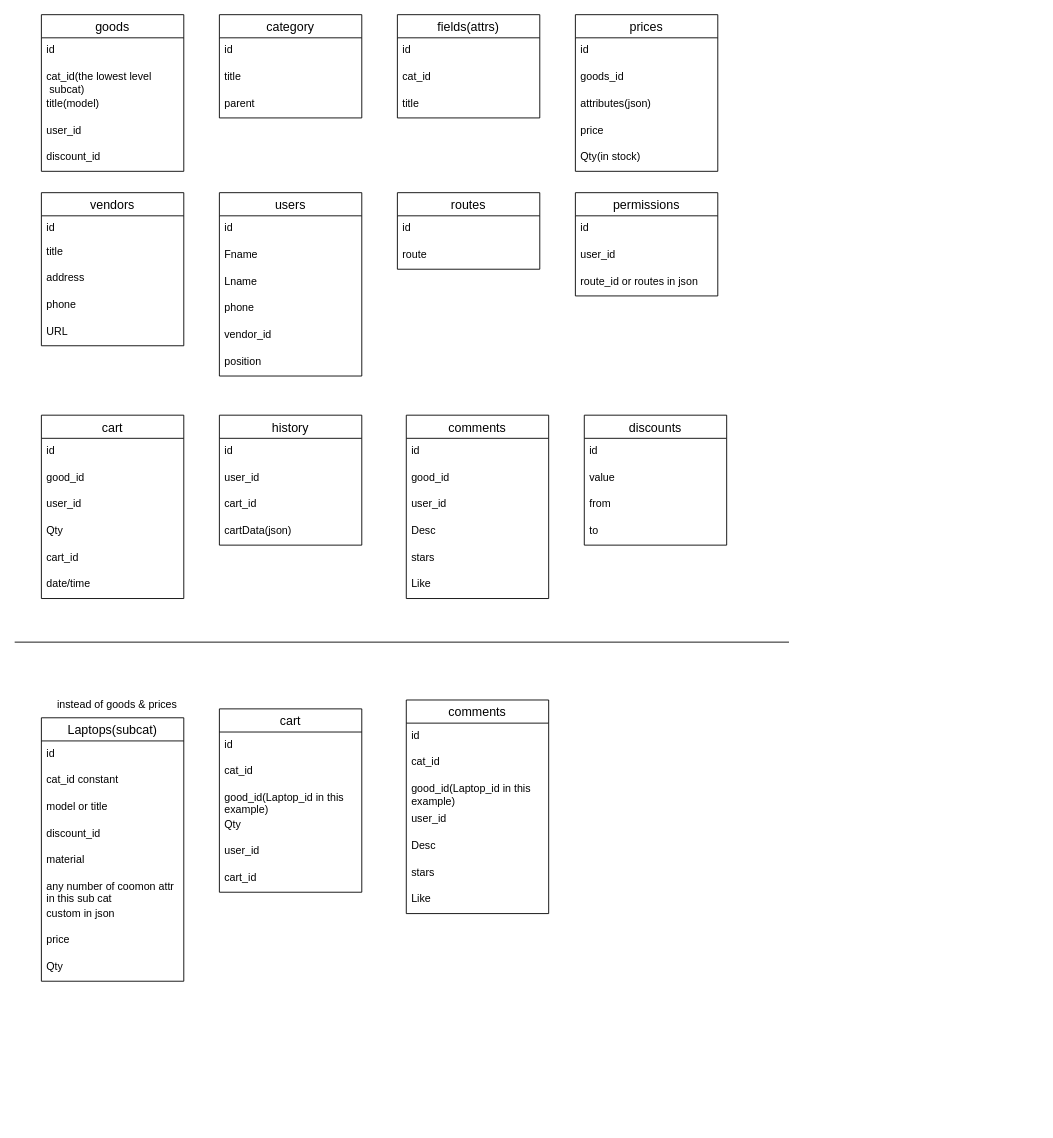
Earlier version of the draw.io diagram digikala.drawio (samiiEng/database). Source tidied: cells renumbered, new cells numbered last; positions are measured from the earlier drawing's top-left corner, leaving out a move shared by most shapes. Both pictures are drawn from the tidied source at 89%, with x=0, y=0 at pixel (14, 14).
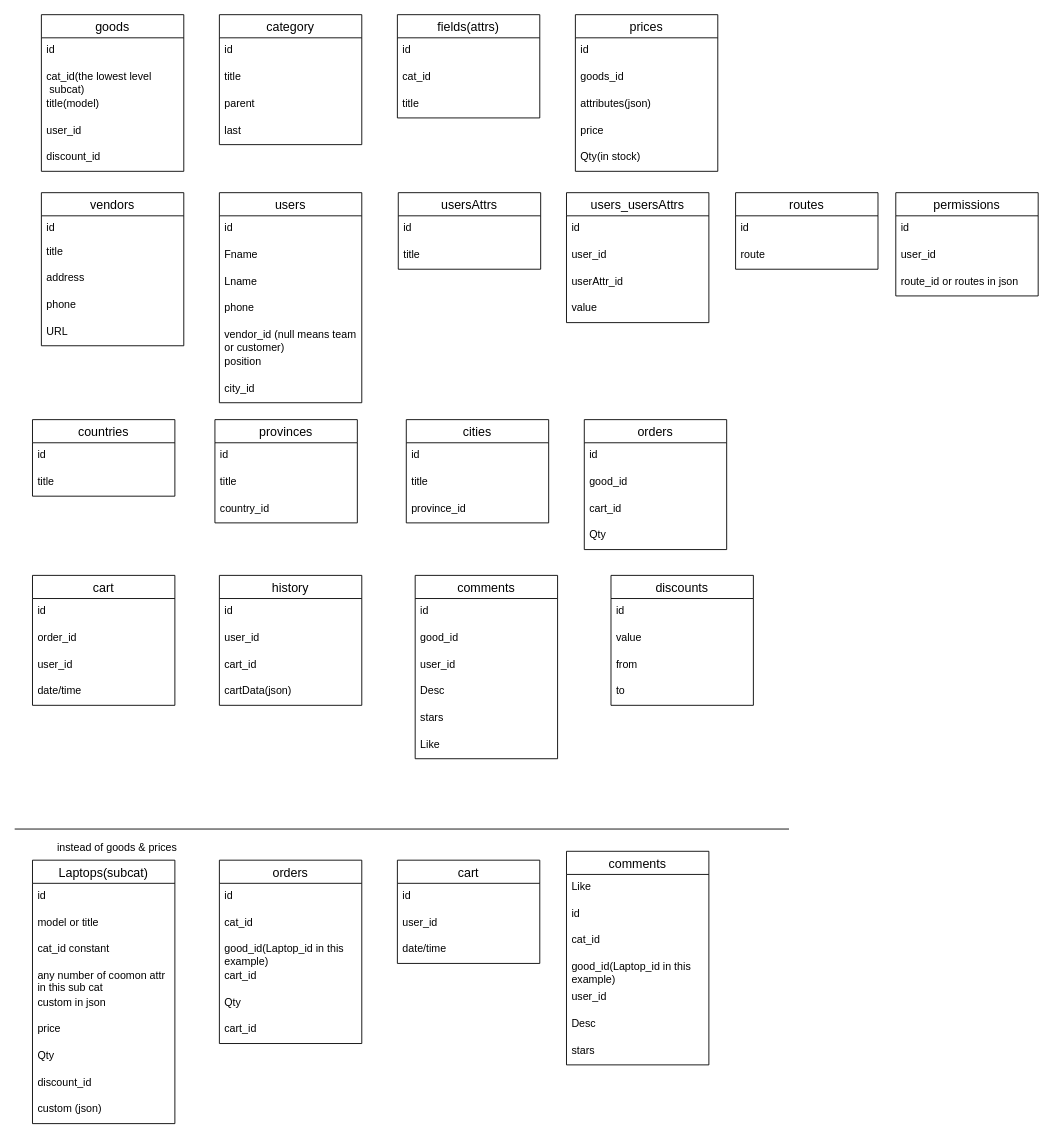
The same page after the edit.

Change to the diagram source:
```diff
@@
     <mxCell id="8" value="category" style="swimlane;fontStyle=0;horizontal=1;startSize=26;align=center;fontSize=14;" parent="1" vertex="1">
-      <mxGeometry x="230" width="160" height="116" as="geometry" />
+      <mxGeometry x="230" width="160" height="146" as="geometry" />
     </mxCell>
@@
+    <mxCell id="96" value="last" style="text;strokeColor=none;fillColor=none;spacingLeft=4;spacingRight=4;overflow=hidden;fontSize=12;" parent="8" vertex="1">
+      <mxGeometry y="116" width="160" height="30" as="geometry" />
+    </mxCell>
@@
     <mxCell id="28" value="users" style="swimlane;fontStyle=0;horizontal=1;startSize=26;align=center;fontSize=14;" parent="1" vertex="1">
-      <mxGeometry x="230" y="200" width="160" height="206" as="geometry" />
+      <mxGeometry x="230" y="200" width="160" height="236" as="geometry" />
     </mxCell>
@@
-    <mxCell id="33" value="vendor_id" style="text;strokeColor=none;fillColor=none;spacingLeft=4;spacingRight=4;overflow=hidden;fontSize=12;" parent="28" vertex="1">
+    <mxCell id="33" value="vendor_id (null means team&#10;or customer)" style="text;strokeColor=none;fillColor=none;spacingLeft=4;spacingRight=4;overflow=hidden;fontSize=12;" parent="28" vertex="1">
       <mxGeometry y="146" width="160" height="30" as="geometry" />
     </mxCell>
@@
+    <mxCell id="97" value="city_id" style="text;strokeColor=none;fillColor=none;spacingLeft=4;spacingRight=4;overflow=hidden;fontSize=12;" parent="28" vertex="1">
+      <mxGeometry y="206" width="160" height="30" as="geometry" />
+    </mxCell>
     <mxCell id="35" value="routes" style="swimlane;fontStyle=0;horizontal=1;startSize=26;align=center;fontSize=14;" parent="1" vertex="1">
-      <mxGeometry x="430" y="200" width="160" height="86" as="geometry" />
+      <mxGeometry x="810" y="200" width="160" height="86" as="geometry" />
     </mxCell>
@@
     <mxCell id="38" value="permissions" style="swimlane;fontStyle=0;horizontal=1;startSize=26;align=center;fontSize=14;" parent="1" vertex="1">
-      <mxGeometry x="630" y="200" width="160" height="116" as="geometry" />
+      <mxGeometry x="990" y="200" width="160" height="116" as="geometry" />
     </mxCell>
@@
     <mxCell id="42" value="cart" style="swimlane;fontStyle=0;horizontal=1;startSize=26;align=center;fontSize=14;" parent="1" vertex="1">
-      <mxGeometry x="30" y="450" width="160" height="206" as="geometry" />
+      <mxGeometry x="20" y="630" width="160" height="146" as="geometry" />
     </mxCell>
@@
-    <mxCell id="44" value="good_id" style="text;strokeColor=none;fillColor=none;spacingLeft=4;spacingRight=4;overflow=hidden;fontSize=12;" parent="42" vertex="1">
+    <mxCell id="44" value="order_id" style="text;strokeColor=none;fillColor=none;spacingLeft=4;spacingRight=4;overflow=hidden;fontSize=12;" parent="42" vertex="1">
       <mxGeometry y="56" width="160" height="30" as="geometry" />
     </mxCell>
@@
-    <mxCell id="46" value="Qty" style="text;strokeColor=none;fillColor=none;spacingLeft=4;spacingRight=4;overflow=hidden;fontSize=12;" parent="42" vertex="1">
-      <mxGeometry y="116" width="160" height="30" as="geometry" />
-    </mxCell>
-    <mxCell id="47" value="cart_id" style="text;strokeColor=none;fillColor=none;spacingLeft=4;spacingRight=4;overflow=hidden;fontSize=12;" parent="42" vertex="1">
-      <mxGeometry y="146" width="160" height="30" as="geometry" />
-    </mxCell>
     <mxCell id="48" value="date/time" style="text;strokeColor=none;fillColor=none;spacingLeft=4;spacingRight=4;overflow=hidden;fontSize=12;" parent="42" vertex="1">
-      <mxGeometry y="176" width="160" height="30" as="geometry" />
+      <mxGeometry y="116" width="160" height="30" as="geometry" />
     </mxCell>
     <mxCell id="49" value="history" style="swimlane;fontStyle=0;horizontal=1;startSize=26;align=center;fontSize=14;" parent="1" vertex="1">
-      <mxGeometry x="230" y="450" width="160" height="146" as="geometry" />
+      <mxGeometry x="230" y="630" width="160" height="146" as="geometry" />
     </mxCell>
@@
     <mxCell id="54" value="comments" style="swimlane;fontStyle=0;horizontal=1;startSize=26;align=center;fontSize=14;" parent="1" vertex="1">
-      <mxGeometry x="440" y="450" width="160" height="206" as="geometry" />
+      <mxGeometry x="450" y="630" width="160" height="206" as="geometry" />
     </mxCell>
@@
     <mxCell id="61" value="discounts" style="swimlane;fontStyle=0;horizontal=1;startSize=26;align=center;fontSize=14;" parent="1" vertex="1">
-      <mxGeometry x="640" y="450" width="160" height="146" as="geometry" />
+      <mxGeometry x="670" y="630" width="160" height="146" as="geometry" />
     </mxCell>
@@
     <mxCell id="66" style="line;strokeWidth=1;dashed=0;labelPosition=right;align=left;verticalAlign=middle;spacingTop=0;spacingLeft=6;" parent="1" vertex="1">
-      <mxGeometry y="700" width="870" height="10" as="geometry" />
+      <mxGeometry y="910" width="870" height="10" as="geometry" />
     </mxCell>
     <mxCell id="67" value="cart" style="swimlane;fontStyle=0;horizontal=1;startSize=26;align=center;fontSize=14;" parent="1" vertex="1">
-      <mxGeometry x="230" y="780" width="160" height="206" as="geometry" />
+      <mxGeometry x="430" y="950" width="160" height="116" as="geometry" />
     </mxCell>
@@
-    <mxCell id="69" value="cat_id" style="text;strokeColor=none;fillColor=none;spacingLeft=4;spacingRight=4;overflow=hidden;fontSize=12;" parent="67" vertex="1">
-      <mxGeometry y="56" width="160" height="30" as="geometry" />
-    </mxCell>
-    <mxCell id="70" value="good_id(Laptop_id in this &#10;example)" style="text;strokeColor=none;fillColor=none;spacingLeft=4;spacingRight=4;overflow=hidden;fontSize=12;" parent="67" vertex="1">
-      <mxGeometry y="86" width="160" height="30" as="geometry" />
-    </mxCell>
-    <mxCell id="71" value="Qty" style="text;strokeColor=none;fillColor=none;spacingLeft=4;spacingRight=4;overflow=hidden;fontSize=12;" parent="67" vertex="1">
-      <mxGeometry y="116" width="160" height="30" as="geometry" />
-    </mxCell>
     <mxCell id="72" value="user_id" style="text;strokeColor=none;fillColor=none;spacingLeft=4;spacingRight=4;overflow=hidden;fontSize=12;" parent="67" vertex="1">
-      <mxGeometry y="146" width="160" height="30" as="geometry" />
+      <mxGeometry y="56" width="160" height="30" as="geometry" />
     </mxCell>
-    <mxCell id="73" value="cart_id" style="text;strokeColor=none;fillColor=none;spacingLeft=4;spacingRight=4;overflow=hidden;fontSize=12;" parent="67" vertex="1">
-      <mxGeometry y="176" width="160" height="30" as="geometry" />
-    </mxCell>
+    <mxCell id="98" value="date/time" style="text;strokeColor=none;fillColor=none;spacingLeft=4;spacingRight=4;overflow=hidden;fontSize=12;" parent="67" vertex="1">
+      <mxGeometry y="86" width="160" height="30" as="geometry" />
+    </mxCell>
     <mxCell id="74" value="Laptops(subcat)" style="swimlane;fontStyle=0;horizontal=1;startSize=26;align=center;fontSize=14;" parent="1" vertex="1">
-      <mxGeometry x="30" y="790" width="160" height="296" as="geometry" />
+      <mxGeometry x="20" y="950" width="160" height="296" as="geometry" />
     </mxCell>
@@
+    <mxCell id="77" value="model or title" style="text;strokeColor=none;fillColor=none;spacingLeft=4;spacingRight=4;overflow=hidden;fontSize=12;" parent="74" vertex="1">
+      <mxGeometry y="56" width="160" height="30" as="geometry" />
+    </mxCell>
     <mxCell id="76" value="cat_id constant" style="text;strokeColor=none;fillColor=none;spacingLeft=4;spacingRight=4;overflow=hidden;fontSize=12;" parent="74" vertex="1">
-      <mxGeometry y="56" width="160" height="30" as="geometry" />
+      <mxGeometry y="86" width="160" height="30" as="geometry" />
     </mxCell>
-    <mxCell id="77" value="model or title" style="text;strokeColor=none;fillColor=none;spacingLeft=4;spacingRight=4;overflow=hidden;fontSize=12;" parent="74" vertex="1">
-      <mxGeometry y="86" width="160" height="30" as="geometry" />
-    </mxCell>
-    <mxCell id="78" value="discount_id" style="text;strokeColor=none;fillColor=none;spacingLeft=4;spacingRight=4;overflow=hidden;fontSize=12;" parent="74" vertex="1">
-      <mxGeometry y="116" width="160" height="30" as="geometry" />
-    </mxCell>
-    <mxCell id="79" value="material" style="text;strokeColor=none;fillColor=none;spacingLeft=4;spacingRight=4;overflow=hidden;fontSize=12;" parent="74" vertex="1">
-      <mxGeometry y="146" width="160" height="30" as="geometry" />
-    </mxCell>
     <mxCell id="80" value="any number of coomon attr &#10;in this sub cat" style="text;strokeColor=none;fillColor=none;spacingLeft=4;spacingRight=4;overflow=hidden;fontSize=12;" parent="74" vertex="1">
-      <mxGeometry y="176" width="160" height="30" as="geometry" />
+      <mxGeometry y="116" width="160" height="30" as="geometry" />
     </mxCell>
     <mxCell id="81" value="custom in json" style="text;strokeColor=none;fillColor=none;spacingLeft=4;spacingRight=4;overflow=hidden;fontSize=12;" parent="74" vertex="1">
-      <mxGeometry y="206" width="160" height="30" as="geometry" />
+      <mxGeometry y="146" width="160" height="30" as="geometry" />
     </mxCell>
     <mxCell id="82" value="price" style="text;strokeColor=none;fillColor=none;spacingLeft=4;spacingRight=4;overflow=hidden;fontSize=12;" parent="74" vertex="1">
-      <mxGeometry y="236" width="160" height="30" as="geometry" />
+      <mxGeometry y="176" width="160" height="30" as="geometry" />
     </mxCell>
     <mxCell id="83" value="Qty" style="text;strokeColor=none;fillColor=none;spacingLeft=4;spacingRight=4;overflow=hidden;fontSize=12;" parent="74" vertex="1">
-      <mxGeometry y="266" width="160" height="30" as="geometry" />
+      <mxGeometry y="206" width="160" height="30" as="geometry" />
     </mxCell>
+    <mxCell id="78" value="discount_id" style="text;strokeColor=none;fillColor=none;spacingLeft=4;spacingRight=4;overflow=hidden;fontSize=12;" parent="74" vertex="1">
+      <mxGeometry y="236" width="160" height="30" as="geometry" />
+    </mxCell>
+    <mxCell id="79" value="custom (json)" style="text;strokeColor=none;fillColor=none;spacingLeft=4;spacingRight=4;overflow=hidden;fontSize=12;" parent="74" vertex="1">
+      <mxGeometry y="266" width="160" height="30" as="geometry" />
+    </mxCell>
     <mxCell id="84" style="shape=table;startSize=0;childLayout=tableLayout;rowLines=0;fontStyle=0;align=center;strokeColor=none;fillColor=none;" parent="1" vertex="1">
-      <mxGeometry x="10" y="760" width="180" height="30" as="geometry" />
+      <mxGeometry x="10" y="920" width="180" height="30" as="geometry" />
     </mxCell>
@@
     <mxCell id="88" value="comments" style="swimlane;fontStyle=0;horizontal=1;startSize=26;align=center;fontSize=14;" parent="1" vertex="1">
-      <mxGeometry x="440" y="770" width="160" height="240" as="geometry" />
+      <mxGeometry x="620" y="940" width="160" height="240" as="geometry" />
     </mxCell>
+    <mxCell id="95" value="Like" style="text;strokeColor=none;fillColor=none;spacingLeft=4;spacingRight=4;overflow=hidden;fontSize=12;" parent="88" vertex="1">
+      <mxGeometry y="26" width="160" height="30" as="geometry" />
+    </mxCell>
     <mxCell id="89" value="id" style="text;strokeColor=none;fillColor=none;spacingLeft=4;spacingRight=4;overflow=hidden;fontSize=12;" parent="88" vertex="1">
-      <mxGeometry y="26" width="160" height="30" as="geometry" />
+      <mxGeometry y="56" width="160" height="30" as="geometry" />
     </mxCell>
     <mxCell id="90" value="cat_id" style="text;strokeColor=none;fillColor=none;spacingLeft=4;spacingRight=4;overflow=hidden;fontSize=12;" parent="88" vertex="1">
-      <mxGeometry y="56" width="160" height="30" as="geometry" />
+      <mxGeometry y="86" width="160" height="30" as="geometry" />
     </mxCell>
     <mxCell id="91" value="good_id(Laptop_id in this&#10;example)&#10;&#10;" style="text;strokeColor=none;fillColor=none;spacingLeft=4;spacingRight=4;overflow=hidden;fontSize=12;" parent="88" vertex="1">
-      <mxGeometry y="86" width="160" height="34" as="geometry" />
+      <mxGeometry y="116" width="160" height="34" as="geometry" />
     </mxCell>
     <mxCell id="92" value="user_id" style="text;strokeColor=none;fillColor=none;spacingLeft=4;spacingRight=4;overflow=hidden;fontSize=12;" parent="88" vertex="1">
-      <mxGeometry y="120" width="160" height="30" as="geometry" />
+      <mxGeometry y="150" width="160" height="30" as="geometry" />
     </mxCell>
     <mxCell id="93" value="Desc" style="text;strokeColor=none;fillColor=none;spacingLeft=4;spacingRight=4;overflow=hidden;fontSize=12;" parent="88" vertex="1">
-      <mxGeometry y="150" width="160" height="30" as="geometry" />
+      <mxGeometry y="180" width="160" height="30" as="geometry" />
     </mxCell>
     <mxCell id="94" value="stars" style="text;strokeColor=none;fillColor=none;spacingLeft=4;spacingRight=4;overflow=hidden;fontSize=12;" parent="88" vertex="1">
-      <mxGeometry y="180" width="160" height="30" as="geometry" />
+      <mxGeometry y="210" width="160" height="30" as="geometry" />
     </mxCell>
-    <mxCell id="95" value="Like" style="text;strokeColor=none;fillColor=none;spacingLeft=4;spacingRight=4;overflow=hidden;fontSize=12;" parent="88" vertex="1">
-      <mxGeometry y="210" width="160" height="30" as="geometry" />
-    </mxCell>
+    <mxCell id="99" value="provinces" style="swimlane;fontStyle=0;horizontal=1;startSize=26;align=center;fontSize=14;" parent="1" vertex="1">
+      <mxGeometry x="225" y="455" width="160" height="116" as="geometry" />
+    </mxCell>
+    <mxCell id="100" value="id" style="text;strokeColor=none;fillColor=none;spacingLeft=4;spacingRight=4;overflow=hidden;fontSize=12;" parent="99" vertex="1">
+      <mxGeometry y="26" width="160" height="30" as="geometry" />
+    </mxCell>
+    <mxCell id="101" value="title" style="text;strokeColor=none;fillColor=none;spacingLeft=4;spacingRight=4;overflow=hidden;fontSize=12;" parent="99" vertex="1">
+      <mxGeometry y="56" width="160" height="30" as="geometry" />
+    </mxCell>
+    <mxCell id="102" value="country_id" style="text;strokeColor=none;fillColor=none;spacingLeft=4;spacingRight=4;overflow=hidden;fontSize=12;" parent="99" vertex="1">
+      <mxGeometry y="86" width="160" height="30" as="geometry" />
+    </mxCell>
+    <mxCell id="103" value="cities" style="swimlane;fontStyle=0;horizontal=1;startSize=26;align=center;fontSize=14;" parent="1" vertex="1">
+      <mxGeometry x="440" y="455" width="160" height="116" as="geometry" />
+    </mxCell>
+    <mxCell id="104" value="id" style="text;strokeColor=none;fillColor=none;spacingLeft=4;spacingRight=4;overflow=hidden;fontSize=12;" parent="103" vertex="1">
+      <mxGeometry y="26" width="160" height="30" as="geometry" />
+    </mxCell>
+    <mxCell id="105" value="title" style="text;strokeColor=none;fillColor=none;spacingLeft=4;spacingRight=4;overflow=hidden;fontSize=12;" parent="103" vertex="1">
+      <mxGeometry y="56" width="160" height="30" as="geometry" />
+    </mxCell>
+    <mxCell id="106" value="province_id" style="text;strokeColor=none;fillColor=none;spacingLeft=4;spacingRight=4;overflow=hidden;fontSize=12;" parent="103" vertex="1">
+      <mxGeometry y="86" width="160" height="30" as="geometry" />
+    </mxCell>
+    <mxCell id="107" value="countries" style="swimlane;fontStyle=0;horizontal=1;startSize=26;align=center;fontSize=14;" parent="1" vertex="1">
+      <mxGeometry x="20" y="455" width="160" height="86" as="geometry" />
+    </mxCell>
+    <mxCell id="108" value="id" style="text;strokeColor=none;fillColor=none;spacingLeft=4;spacingRight=4;overflow=hidden;fontSize=12;" parent="107" vertex="1">
+      <mxGeometry y="26" width="160" height="30" as="geometry" />
+    </mxCell>
+    <mxCell id="109" value="title" style="text;strokeColor=none;fillColor=none;spacingLeft=4;spacingRight=4;overflow=hidden;fontSize=12;" parent="107" vertex="1">
+      <mxGeometry y="56" width="160" height="30" as="geometry" />
+    </mxCell>
+    <mxCell id="110" value="orders" style="swimlane;fontStyle=0;horizontal=1;startSize=26;align=center;fontSize=14;" parent="1" vertex="1">
+      <mxGeometry x="640" y="455" width="160" height="146" as="geometry" />
+    </mxCell>
+    <mxCell id="111" value="id" style="text;strokeColor=none;fillColor=none;spacingLeft=4;spacingRight=4;overflow=hidden;fontSize=12;" parent="110" vertex="1">
+      <mxGeometry y="26" width="160" height="30" as="geometry" />
+    </mxCell>
+    <mxCell id="112" value="good_id" style="text;strokeColor=none;fillColor=none;spacingLeft=4;spacingRight=4;overflow=hidden;fontSize=12;" parent="110" vertex="1">
+      <mxGeometry y="56" width="160" height="30" as="geometry" />
+    </mxCell>
+    <mxCell id="113" value="cart_id" style="text;strokeColor=none;fillColor=none;spacingLeft=4;spacingRight=4;overflow=hidden;fontSize=12;" parent="110" vertex="1">
+      <mxGeometry y="86" width="160" height="30" as="geometry" />
+    </mxCell>
+    <mxCell id="114" value="Qty" style="text;strokeColor=none;fillColor=none;spacingLeft=4;spacingRight=4;overflow=hidden;fontSize=12;" parent="110" vertex="1">
+      <mxGeometry y="116" width="160" height="30" as="geometry" />
+    </mxCell>
+    <mxCell id="115" value="orders" style="swimlane;fontStyle=0;horizontal=1;startSize=26;align=center;fontSize=14;" parent="1" vertex="1">
+      <mxGeometry x="230" y="950" width="160" height="206" as="geometry" />
+    </mxCell>
+    <mxCell id="116" value="id" style="text;strokeColor=none;fillColor=none;spacingLeft=4;spacingRight=4;overflow=hidden;fontSize=12;" parent="115" vertex="1">
+      <mxGeometry y="26" width="160" height="30" as="geometry" />
+    </mxCell>
+    <mxCell id="69" value="cat_id" style="text;strokeColor=none;fillColor=none;spacingLeft=4;spacingRight=4;overflow=hidden;fontSize=12;" parent="115" vertex="1">
+      <mxGeometry y="56" width="160" height="30" as="geometry" />
+    </mxCell>
+    <mxCell id="70" value="good_id(Laptop_id in this&#10;example)" style="text;strokeColor=none;fillColor=none;spacingLeft=4;spacingRight=4;overflow=hidden;fontSize=12;" parent="115" vertex="1">
+      <mxGeometry y="86" width="160" height="30" as="geometry" />
+    </mxCell>
+    <mxCell id="117" value="cart_id" style="text;strokeColor=none;fillColor=none;spacingLeft=4;spacingRight=4;overflow=hidden;fontSize=12;" parent="115" vertex="1">
+      <mxGeometry y="116" width="160" height="30" as="geometry" />
+    </mxCell>
+    <mxCell id="118" value="Qty" style="text;strokeColor=none;fillColor=none;spacingLeft=4;spacingRight=4;overflow=hidden;fontSize=12;" parent="115" vertex="1">
+      <mxGeometry y="146" width="160" height="30" as="geometry" />
+    </mxCell>
+    <mxCell id="73" value="cart_id" style="text;strokeColor=none;fillColor=none;spacingLeft=4;spacingRight=4;overflow=hidden;fontSize=12;" parent="115" vertex="1">
+      <mxGeometry y="176" width="160" height="30" as="geometry" />
+    </mxCell>
+    <mxCell id="119" value="usersAttrs" style="swimlane;fontStyle=0;horizontal=1;startSize=26;align=center;fontSize=14;" parent="1" vertex="1">
+      <mxGeometry x="431" y="200" width="160" height="86" as="geometry" />
+    </mxCell>
+    <mxCell id="120" value="id" style="text;strokeColor=none;fillColor=none;spacingLeft=4;spacingRight=4;overflow=hidden;fontSize=12;" parent="119" vertex="1">
+      <mxGeometry y="26" width="160" height="30" as="geometry" />
+    </mxCell>
+    <mxCell id="121" value="title" style="text;strokeColor=none;fillColor=none;spacingLeft=4;spacingRight=4;overflow=hidden;fontSize=12;" parent="119" vertex="1">
+      <mxGeometry y="56" width="160" height="30" as="geometry" />
+    </mxCell>
+    <mxCell id="122" value="users_usersAttrs" style="swimlane;fontStyle=0;horizontal=1;startSize=26;align=center;fontSize=14;" parent="1" vertex="1">
+      <mxGeometry x="620" y="200" width="160" height="146" as="geometry" />
+    </mxCell>
+    <mxCell id="123" value="id" style="text;strokeColor=none;fillColor=none;spacingLeft=4;spacingRight=4;overflow=hidden;fontSize=12;" parent="122" vertex="1">
+      <mxGeometry y="26" width="160" height="30" as="geometry" />
+    </mxCell>
+    <mxCell id="124" value="user_id" style="text;strokeColor=none;fillColor=none;spacingLeft=4;spacingRight=4;overflow=hidden;fontSize=12;" parent="122" vertex="1">
+      <mxGeometry y="56" width="160" height="30" as="geometry" />
+    </mxCell>
+    <mxCell id="125" value="userAttr_id" style="text;strokeColor=none;fillColor=none;spacingLeft=4;spacingRight=4;overflow=hidden;fontSize=12;" parent="122" vertex="1">
+      <mxGeometry y="86" width="160" height="30" as="geometry" />
+    </mxCell>
+    <mxCell id="126" value="value" style="text;strokeColor=none;fillColor=none;spacingLeft=4;spacingRight=4;overflow=hidden;fontSize=12;" parent="122" vertex="1">
+      <mxGeometry y="116" width="160" height="30" as="geometry" />
+    </mxCell>
```
